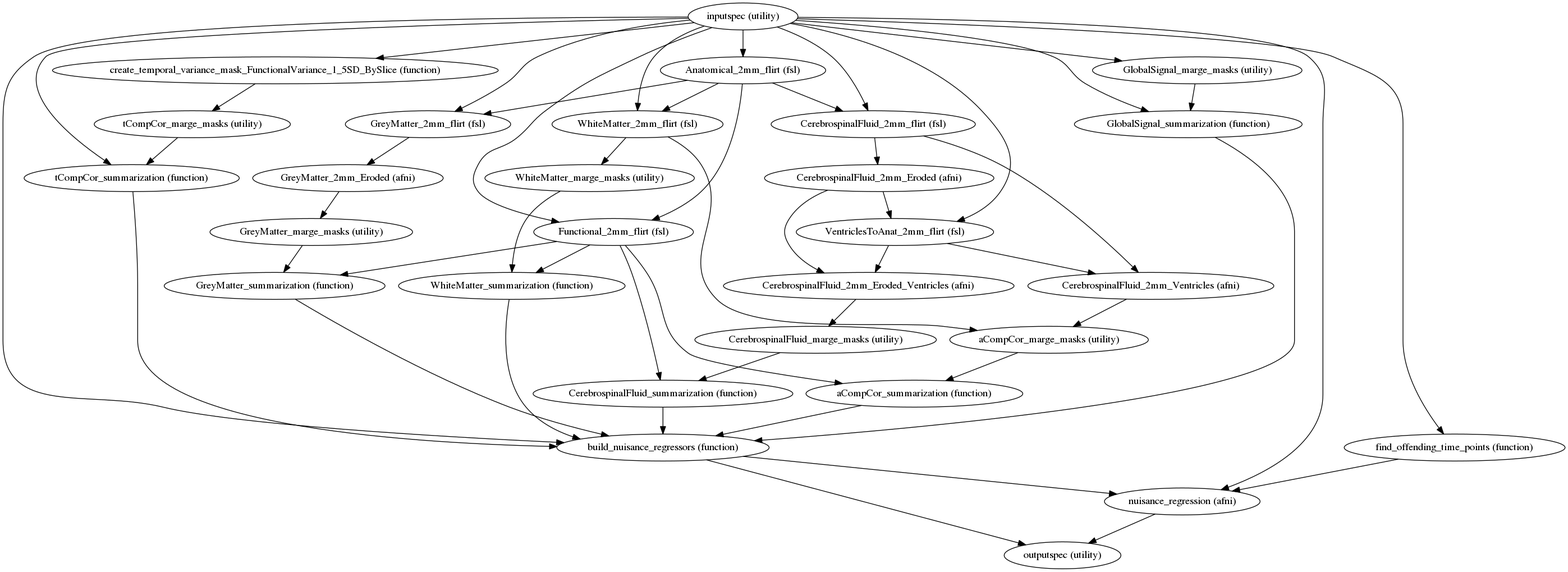
Above: docs/developer/workflows/images/nuisance.png in FCP-INDI/fcp-indi.github.io (Graphviz), before the change. Its source is kept beside it as docs/developer/workflows/images/nuisance.dot.
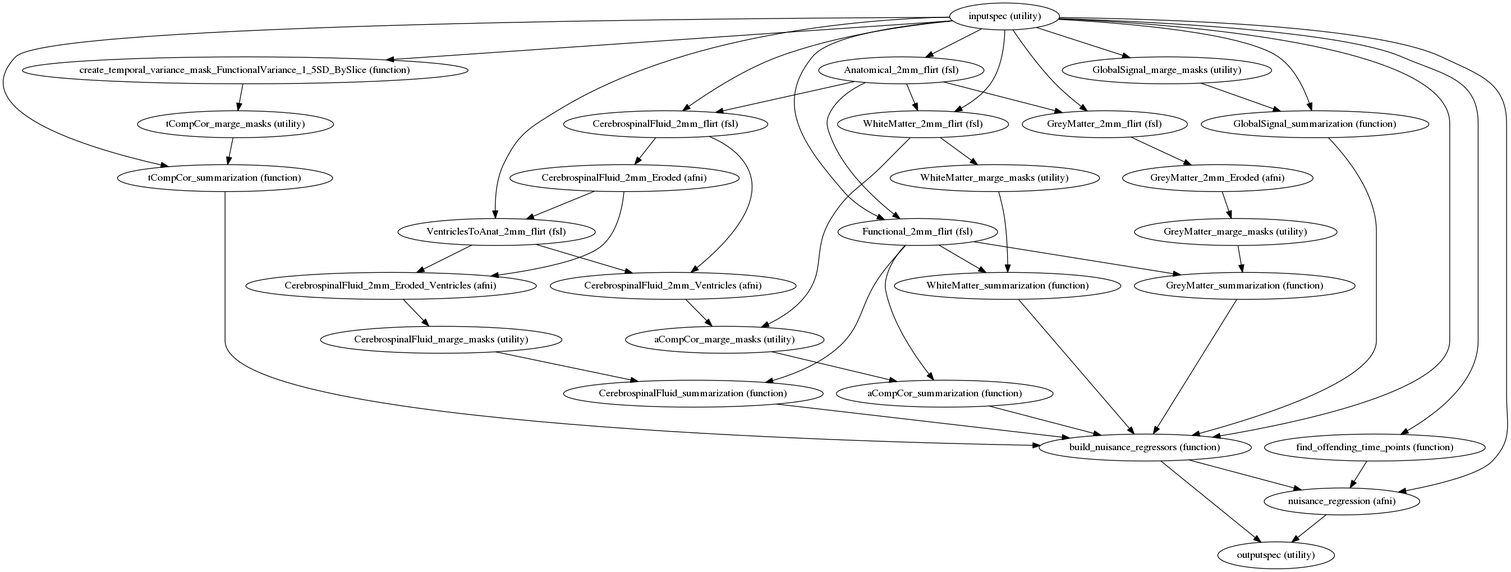
After the change.

What changed in the source:
```diff
@@ -3,7 +3,7 @@
 "CerebrospinalFluid_2mm_Eroded (afni)";
 "Anatomical_2mm_flirt (fsl)";
 "inputspec (utility)";
-"CerebrospinalFluid_2mm_Eroded_Ventricles (afni)";
+"WhiteMatter_2mm_flirt (fsl)";
 "aCompCor_summarization (function)";
 "build_nuisance_regressors (function)";
 "GreyMatter_2mm_flirt (fsl)";
@@ -11,7 +11,7 @@
 "CerebrospinalFluid_2mm_flirt (fsl)";
 "aCompCor_marge_masks (utility)";
 "find_offending_time_points (function)";
-"WhiteMatter_2mm_flirt (fsl)";
+"CerebrospinalFluid_2mm_Eroded_Ventricles (afni)";
 "tCompCor_marge_masks (utility)";
 "GlobalSignal_summarization (function)";
 "WhiteMatter_marge_masks (utility)";
@@ -47,7 +47,8 @@
 "inputspec (utility)" -> "GreyMatter_2mm_flirt (fsl)";
 "inputspec (utility)" -> "VentriclesToAnat_2mm_flirt (fsl)";
 "inputspec (utility)" -> "CerebrospinalFluid_2mm_flirt (fsl)";
-"CerebrospinalFluid_2mm_Eroded_Ventricles (afni)" -> "CerebrospinalFluid_marge_masks (utility)";
+"WhiteMatter_2mm_flirt (fsl)" -> "aCompCor_marge_masks (utility)";
+"WhiteMatter_2mm_flirt (fsl)" -> "WhiteMatter_marge_masks (utility)";
 "aCompCor_summarization (function)" -> "build_nuisance_regressors (function)";
 "build_nuisance_regressors (function)" -> "nuisance_regression (afni)";
 "build_nuisance_regressors (function)" -> "outputspec (utility)";
@@ -57,8 +58,7 @@
 "CerebrospinalFluid_2mm_flirt (fsl)" -> "CerebrospinalFluid_2mm_Ventricles (afni)";
 "aCompCor_marge_masks (utility)" -> "aCompCor_summarization (function)";
 "find_offending_time_points (function)" -> "nuisance_regression (afni)";
-"WhiteMatter_2mm_flirt (fsl)" -> "aCompCor_marge_masks (utility)";
-"WhiteMatter_2mm_flirt (fsl)" -> "WhiteMatter_marge_masks (utility)";
+"CerebrospinalFluid_2mm_Eroded_Ventricles (afni)" -> "CerebrospinalFluid_marge_masks (utility)";
 "tCompCor_marge_masks (utility)" -> "tCompCor_summarization (function)";
 "GlobalSignal_summarization (function)" -> "build_nuisance_regressors (function)";
 "WhiteMatter_marge_masks (utility)" -> "WhiteMatter_summarization (function)";
```
